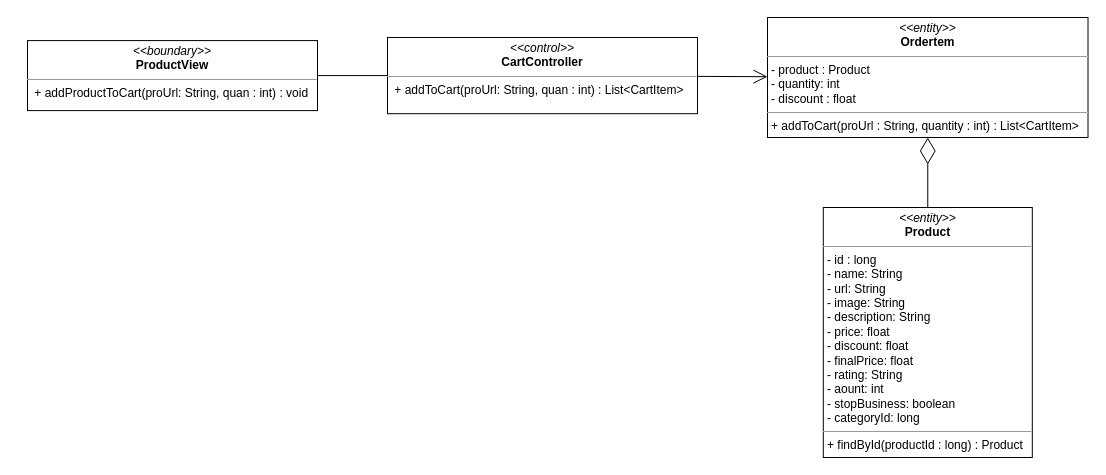
This is class diagram/add-product-to-cart-class-diagram.drawio from nguyenphamvan/datn_20202, a draw.io file, before an edit. Source tidied: cells renumbered, new cells numbered last; positions are measured from the earlier drawing's top-left corner, leaving out a move shared by most shapes. Both pictures are drawn from the tidied source at 100%, with x=0, y=0 at pixel (27, 17).
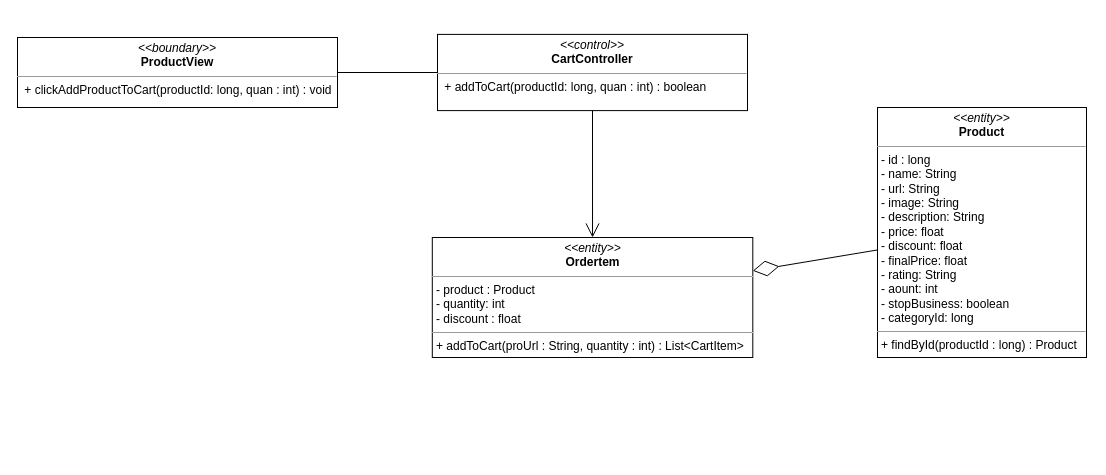
The same diagram, later.

Diff of the diagram source:
```diff
@@
 <mxGraphModel>
   <root>
     <mxCell id="0" />
     <mxCell id="1" parent="0" />
-    <mxCell id="2" value="&lt;p style=&quot;margin: 0px ; margin-top: 4px ; text-align: center&quot;&gt;&lt;i&gt;&amp;lt;&amp;lt;boundary&amp;gt;&amp;gt;&lt;/i&gt;&lt;br&gt;&lt;b&gt;ProductView&lt;/b&gt;&lt;/p&gt;&lt;hr size=&quot;1&quot;&gt;&lt;p style=&quot;margin: 0px ; margin-left: 4px&quot;&gt;&lt;span&gt;&amp;nbsp;+ addProductToCart(proUrl: String, quan : int) : void&lt;/span&gt;&lt;/p&gt;" style="verticalAlign=top;align=left;overflow=fill;fontSize=12;fontFamily=Helvetica;html=1;" parent="1" vertex="1">
-      <mxGeometry y="23.1" width="290" height="70" as="geometry" />
+    <mxCell id="2" value="&lt;p style=&quot;margin: 0px ; margin-top: 4px ; text-align: center&quot;&gt;&lt;i&gt;&amp;lt;&amp;lt;boundary&amp;gt;&amp;gt;&lt;/i&gt;&lt;br&gt;&lt;b&gt;ProductView&lt;/b&gt;&lt;/p&gt;&lt;hr size=&quot;1&quot;&gt;&lt;p style=&quot;margin: 0px ; margin-left: 4px&quot;&gt;&lt;span&gt;&amp;nbsp;+ clickAddProductToCart(productId: long, quan : int) : void&lt;/span&gt;&lt;/p&gt;" style="verticalAlign=top;align=left;overflow=fill;fontSize=12;fontFamily=Helvetica;html=1;" parent="1" vertex="1">
+      <mxGeometry x="-10" y="20" width="320" height="70" as="geometry" />
     </mxCell>
     <mxCell id="3" style="endArrow=none;html=1;edgeStyle=orthogonalEdgeStyle;exitX=1;exitY=0.5;exitDx=0;exitDy=0;" parent="1" edge="1" source="2" target="7">
       <mxGeometry relative="1" as="geometry" />
     </mxCell>
     <mxCell id="4" value="&lt;p style=&quot;margin: 0px ; margin-top: 4px ; text-align: center&quot;&gt;&lt;i&gt;&amp;lt;&amp;lt;entity&amp;gt;&amp;gt;&lt;/i&gt;&lt;br&gt;&lt;b&gt;Ordertem&lt;/b&gt;&lt;/p&gt;&lt;hr size=&quot;1&quot;&gt;&lt;p style=&quot;margin: 0px ; margin-left: 4px&quot;&gt;- product : Product&lt;/p&gt;&lt;p style=&quot;margin: 0px ; margin-left: 4px&quot;&gt;- quantity: int&lt;br&gt;- discount : float&lt;/p&gt;&lt;hr size=&quot;1&quot;&gt;&lt;p style=&quot;margin: 0px ; margin-left: 4px&quot;&gt;+ addToCart(proUrl : String, quantity : int) : List&amp;lt;CartItem&amp;gt;&lt;/p&gt;" style="verticalAlign=top;align=left;overflow=fill;fontSize=12;fontFamily=Helvetica;html=1;" parent="1" vertex="1">
-      <mxGeometry x="740" width="320.5" height="120" as="geometry" />
+      <mxGeometry x="404.8" y="220" width="320.5" height="120" as="geometry" />
     </mxCell>
     <mxCell id="5" value="&lt;p style=&quot;margin: 0px ; margin-top: 4px ; text-align: center&quot;&gt;&lt;i&gt;&amp;lt;&amp;lt;entity&amp;gt;&amp;gt;&lt;/i&gt;&lt;br&gt;&lt;b&gt;Product&lt;/b&gt;&lt;/p&gt;&lt;hr size=&quot;1&quot;&gt;&lt;p style=&quot;margin: 0px ; margin-left: 4px&quot;&gt;- id : long&lt;/p&gt;&lt;p style=&quot;margin: 0px ; margin-left: 4px&quot;&gt;- name: String&lt;br&gt;- url: String&lt;/p&gt;&lt;p style=&quot;margin: 0px ; margin-left: 4px&quot;&gt;- image: String&lt;/p&gt;&lt;p style=&quot;margin: 0px ; margin-left: 4px&quot;&gt;- description: String&lt;/p&gt;&lt;p style=&quot;margin: 0px ; margin-left: 4px&quot;&gt;- price: float&lt;/p&gt;&lt;p style=&quot;margin: 0px ; margin-left: 4px&quot;&gt;- discount: float&lt;/p&gt;&lt;p style=&quot;margin: 0px ; margin-left: 4px&quot;&gt;- finalPrice: float&lt;/p&gt;&lt;p style=&quot;margin: 0px ; margin-left: 4px&quot;&gt;- rating: String&lt;/p&gt;&lt;p style=&quot;margin: 0px ; margin-left: 4px&quot;&gt;- aount: int&lt;/p&gt;&lt;p style=&quot;margin: 0px ; margin-left: 4px&quot;&gt;- stopBusiness: boolean&lt;/p&gt;&lt;p style=&quot;margin: 0px ; margin-left: 4px&quot;&gt;- categoryId: long&lt;/p&gt;&lt;hr size=&quot;1&quot;&gt;&lt;p style=&quot;margin: 0px ; margin-left: 4px&quot;&gt;+ findById(productId : long) : Product&lt;/p&gt;" style="verticalAlign=top;align=left;overflow=fill;fontSize=12;fontFamily=Helvetica;html=1;" parent="1" vertex="1">
-      <mxGeometry x="795.8" y="190" width="209" height="250" as="geometry" />
+      <mxGeometry x="850" y="90" width="209" height="250" as="geometry" />
     </mxCell>
     <mxCell id="6" style="endArrow=diamondThin;endFill=0;endSize=24;html=1;" parent="1" edge="1" source="5" target="4">
       <mxGeometry relative="1" as="geometry" />
     </mxCell>
-    <mxCell id="7" value="&lt;p style=&quot;margin: 0px ; margin-top: 4px ; text-align: center&quot;&gt;&lt;i&gt;&amp;lt;&amp;lt;control&amp;gt;&amp;gt;&lt;/i&gt;&lt;br&gt;&lt;b&gt;CartController&lt;/b&gt;&lt;/p&gt;&lt;hr size=&quot;1&quot;&gt;&lt;p style=&quot;margin: 0px ; margin-left: 4px&quot;&gt;&lt;span&gt;&amp;nbsp;+ addToCart(proUrl: String, quan : int) : List&amp;lt;CartItem&amp;gt;&lt;/span&gt;&lt;/p&gt;" style="verticalAlign=top;align=left;overflow=fill;fontSize=12;fontFamily=Helvetica;html=1;" parent="1" vertex="1">
-      <mxGeometry x="360" y="20" width="310" height="76.2" as="geometry" />
+    <mxCell id="7" value="&lt;p style=&quot;margin: 0px ; margin-top: 4px ; text-align: center&quot;&gt;&lt;i&gt;&amp;lt;&amp;lt;control&amp;gt;&amp;gt;&lt;/i&gt;&lt;br&gt;&lt;b&gt;CartController&lt;/b&gt;&lt;/p&gt;&lt;hr size=&quot;1&quot;&gt;&lt;p style=&quot;margin: 0px ; margin-left: 4px&quot;&gt;&lt;span&gt;&amp;nbsp;+ addToCart(productId: long, quan : int) : boolean&lt;/span&gt;&lt;/p&gt;" style="verticalAlign=top;align=left;overflow=fill;fontSize=12;fontFamily=Helvetica;html=1;" parent="1" vertex="1">
+      <mxGeometry x="410" y="16.9" width="310" height="76.2" as="geometry" />
     </mxCell>
     <mxCell id="8" style="endArrow=open;endFill=1;endSize=12;html=1;" parent="1" edge="1" source="7" target="4">
       <mxGeometry relative="1" as="geometry" />
     </mxCell>
   </root>
 </mxGraphModel>
```
